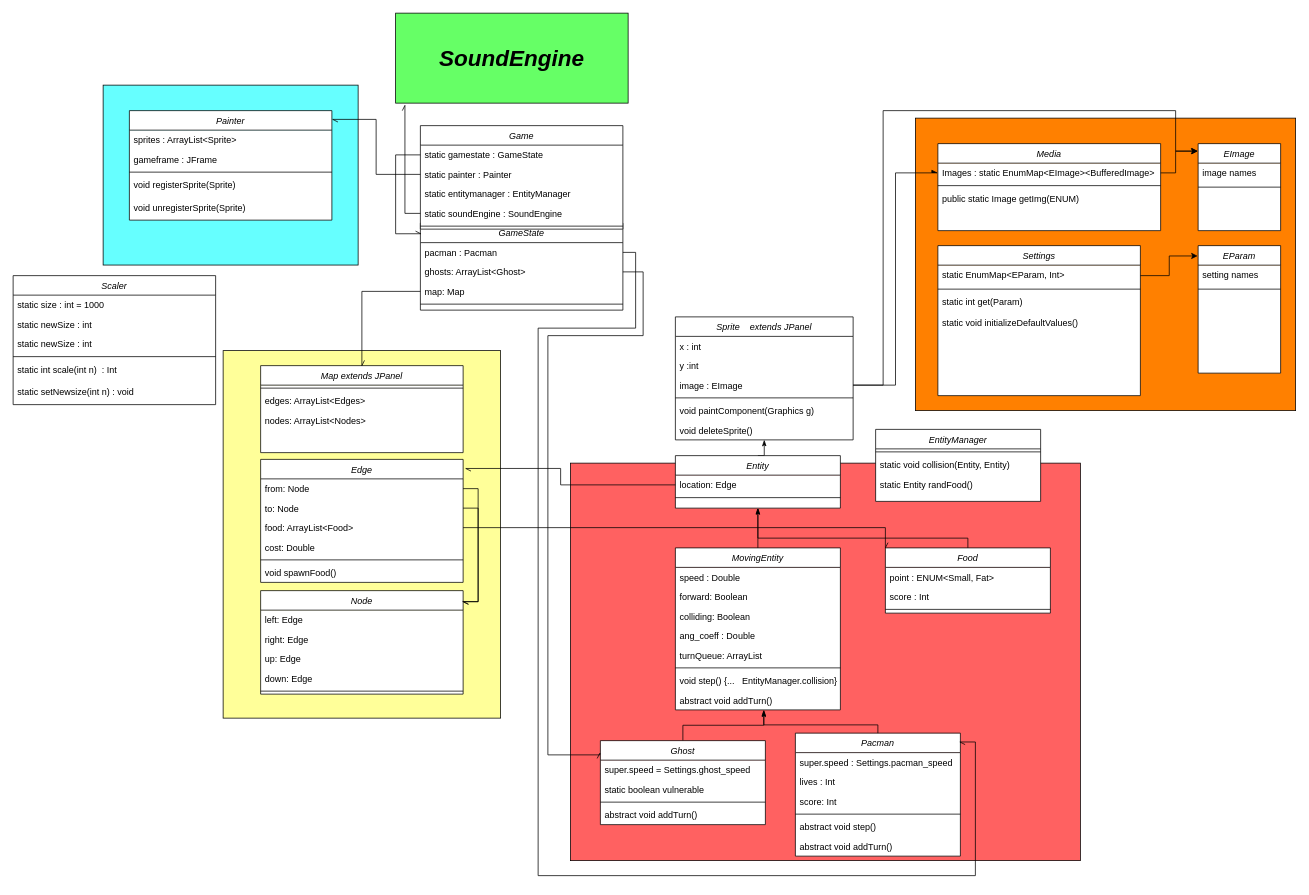
Earlier version of the draw.io diagram ClassDiagram.drawio (cerfedino/SwingPacman). Source tidied: cells renumbered, new cells numbered last; positions are measured from the earlier drawing's top-left corner, leaving out a move shared by most shapes. Both pictures are drawn from the tidied source at 75%, with x=0, y=0 at pixel (13, 13).
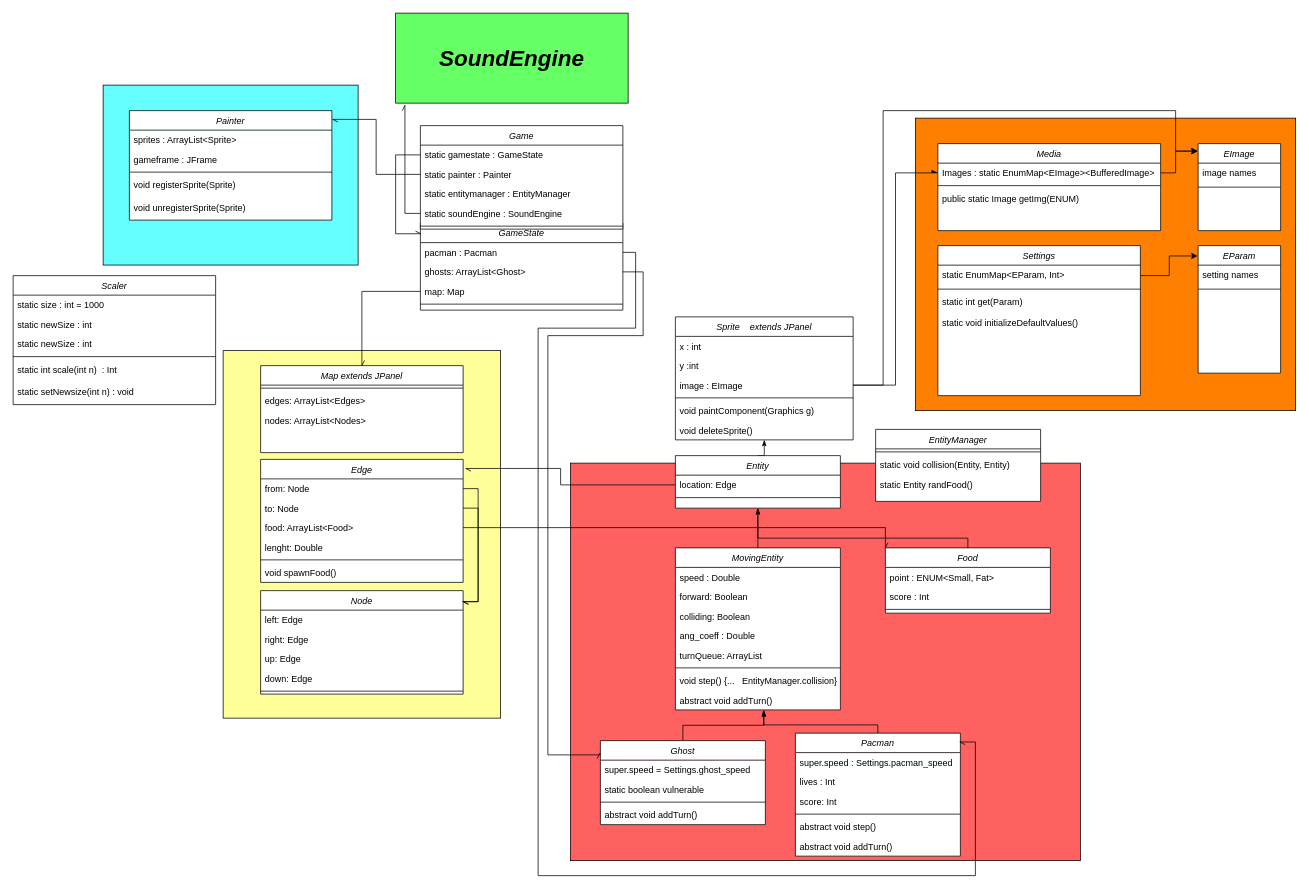
Above is the later version.

Unchanged cells that the change refers to:
```xml
<mxCell id="68" value="Edge" style="swimlane;fontStyle=2;align=center;verticalAlign=top;horizontal=1;startSize=26;rounded=0;shadow=0;strokeWidth=1;swimlaneFillColor=#ffffff;" parent="1" vertex="1">
  <mxGeometry x="330" y="595" width="270" height="164" as="geometry" />
</mxCell>
```

What changed in the source:
```diff
@@
-    <mxCell id="72" value="cost: Double" style="text;align=left;verticalAlign=top;spacingLeft=4;spacingRight=4;overflow=hidden;" parent="68" vertex="1">
+    <mxCell id="72" value="lenght: Double" style="text;align=left;verticalAlign=top;spacingLeft=4;spacingRight=4;overflow=hidden;" parent="68" vertex="1">
       <mxGeometry y="104" width="270" height="26" as="geometry" />
     </mxCell>
```
